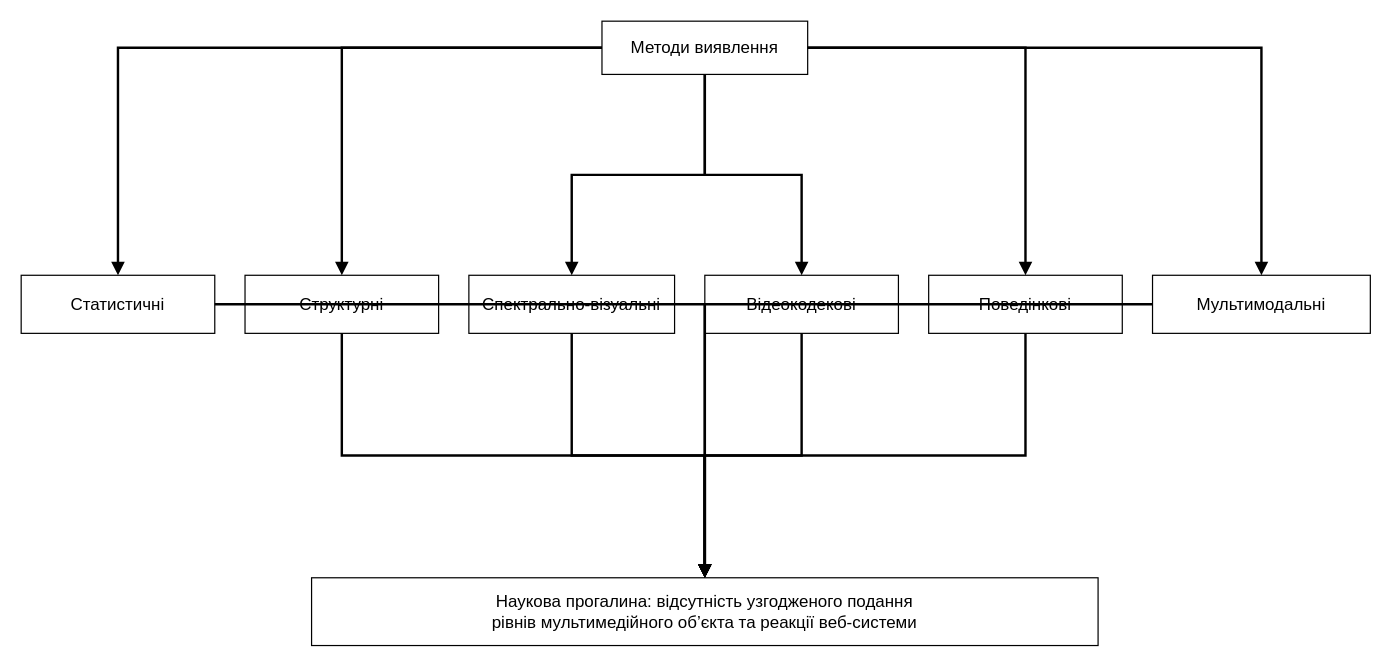
The draw.io diagram title/figures_drawio/fig_1_2_detection_method_classification.drawio in oleksandrmelnychenko/dima-phd, before the edit. Source tidied: cells renumbered, new cells numbered last; positions are measured from the earlier drawing's top-left corner, leaving out a move shared by most shapes. Both pictures are drawn from the tidied source at 121%, with x=0, y=0 at pixel (21, 21).
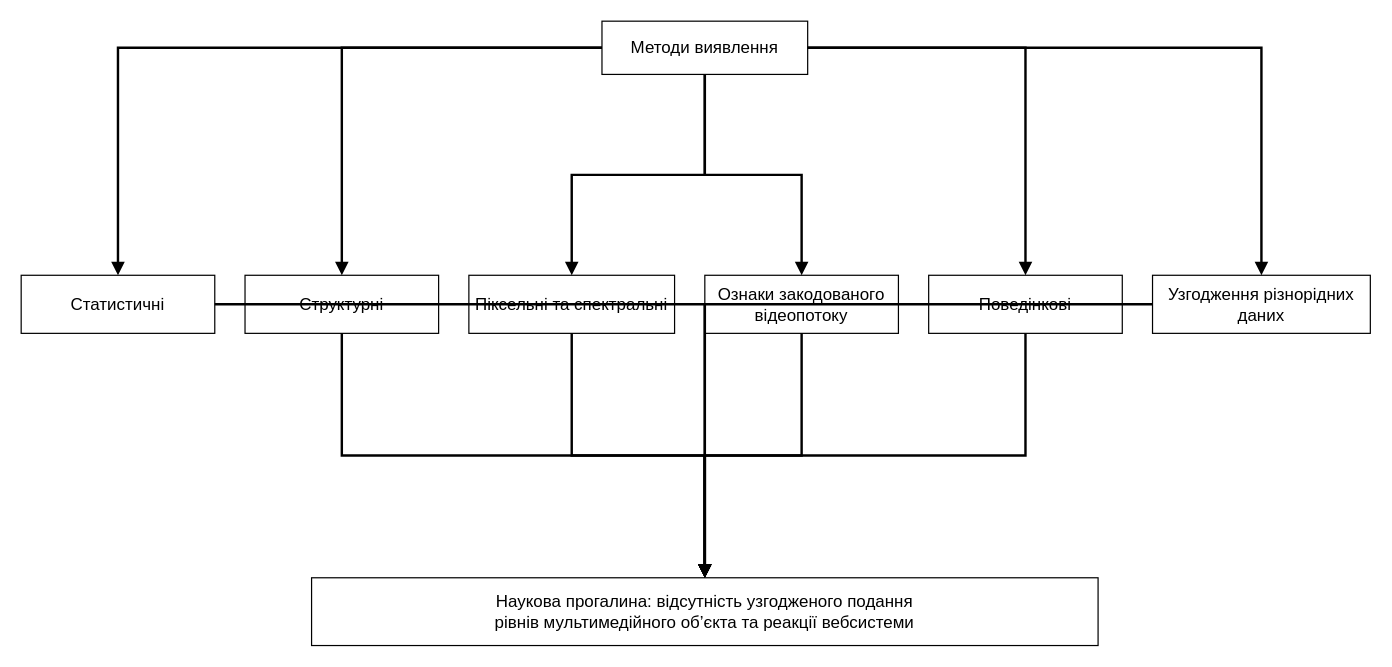
Above is the later version.

Change to the diagram source:
```diff
@@
-    <mxCell id="5" value="Спектрально-візуальні" style="rounded=0;whiteSpace=wrap;html=1;fillColor=#ffffff;strokeColor=#000000;fontColor=#000000;fontSize=14;align=center;verticalAlign=middle;spacing=4;" parent="1" vertex="1">
+    <mxCell id="5" value="Піксельні та спектральні" style="rounded=0;whiteSpace=wrap;html=1;fillColor=#ffffff;strokeColor=#000000;fontColor=#000000;fontSize=14;align=center;verticalAlign=middle;spacing=4;" parent="1" vertex="1">
       <mxGeometry x="370" y="210" width="170" height="48" as="geometry" />
     </mxCell>
-    <mxCell id="6" value="Відеокодекові" style="rounded=0;whiteSpace=wrap;html=1;fillColor=#ffffff;strokeColor=#000000;fontColor=#000000;fontSize=14;align=center;verticalAlign=middle;spacing=4;" parent="1" vertex="1">
+    <mxCell id="6" value="Ознаки закодованого відеопотоку" style="rounded=0;whiteSpace=wrap;html=1;fillColor=#ffffff;strokeColor=#000000;fontColor=#000000;fontSize=14;align=center;verticalAlign=middle;spacing=4;" parent="1" vertex="1">
       <mxGeometry x="565" y="210" width="160" height="48" as="geometry" />
     </mxCell>
@@
-    <mxCell id="8" value="Мультимодальні" style="rounded=0;whiteSpace=wrap;html=1;fillColor=#ffffff;strokeColor=#000000;fontColor=#000000;fontSize=14;align=center;verticalAlign=middle;spacing=4;" parent="1" vertex="1">
+    <mxCell id="8" value="Узгодження різнорідних даних" style="rounded=0;whiteSpace=wrap;html=1;fillColor=#ffffff;strokeColor=#000000;fontColor=#000000;fontSize=14;align=center;verticalAlign=middle;spacing=4;" parent="1" vertex="1">
       <mxGeometry x="935" y="210" width="180" height="48" as="geometry" />
     </mxCell>
-    <mxCell id="9" value="Наукова прогалина: відсутність узгодженого подання&lt;br&gt;рівнів мультимедійного об’єкта та реакції веб-системи" style="rounded=0;whiteSpace=wrap;html=1;fillColor=#ffffff;strokeColor=#000000;fontColor=#000000;fontSize=14;align=center;verticalAlign=middle;spacing=4;" parent="1" vertex="1">
+    <mxCell id="9" value="Наукова прогалина: відсутність узгодженого подання&lt;br&gt;рівнів мультимедійного об’єкта та реакції вебсистеми" style="rounded=0;whiteSpace=wrap;html=1;fillColor=#ffffff;strokeColor=#000000;fontColor=#000000;fontSize=14;align=center;verticalAlign=middle;spacing=4;" parent="1" vertex="1">
       <mxGeometry x="240" y="460" width="650" height="56" as="geometry" />
     </mxCell>
```
